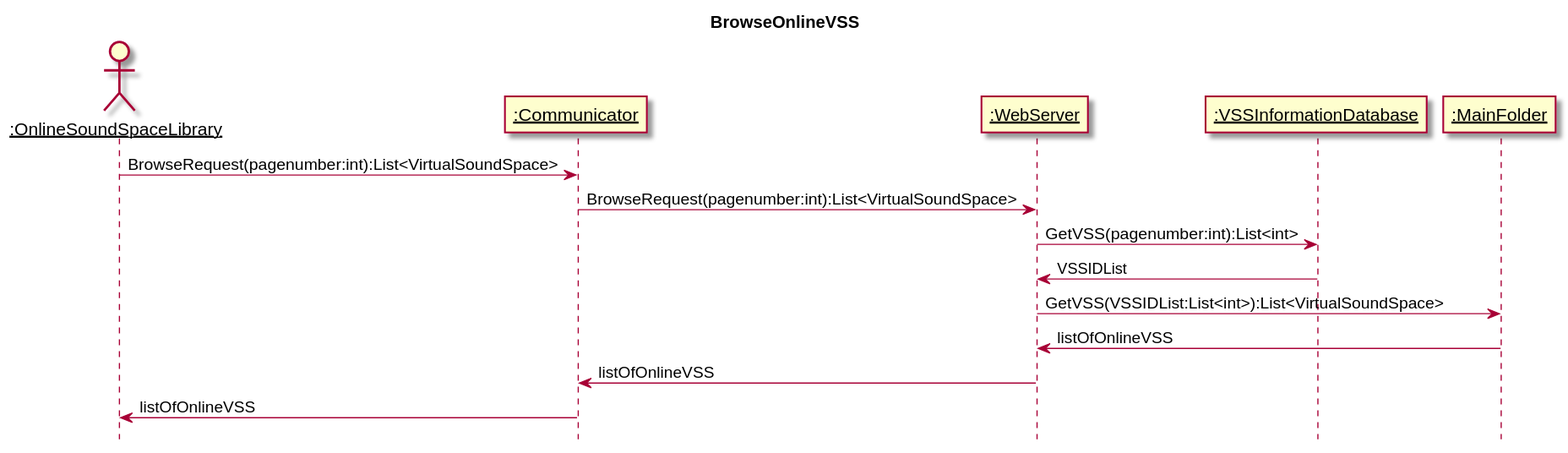
kpp19920121/doc keeps this PlantUML diagram as 设计/Diagrams/BrowseOnlineVSSLibraryServer.svg. Above is the earlier version. Source of this version:
```plantuml
@startuml Diagrams/BrowseOnlineVSSLibraryServer
title BrowseOnlineVSS
hide footbox
skinparam sequenceParticipant underline

actor ":OnlineSoundSpaceLibrary" as Client
participant ":Communicator" as Communicator
participant ":WebServer" as WebServer
participant ":VSSInformationDatabase" as VSSInformationDatabase
participant ":MainFolder" as Folder

Client->Communicator:BrowseRequest(pagenumber:int):List<VirtualSoundSpace>
Communicator->WebServer:BrowseRequest(pagenumber:int):List<VirtualSoundSpace>
WebServer->VSSInformationDatabase:GetVSS(pagenumber:int):List<int>
VSSInformationDatabase->WebServer:VSSIDList
WebServer->Folder:GetVSS(VSSIDList:List<int>):List<VirtualSoundSpace>
Folder->WebServer:listOfOnlineVSS
WebServer->Communicator:listOfOnlineVSS
Communicator->Client:listOfOnlineVSS
@enduml
```
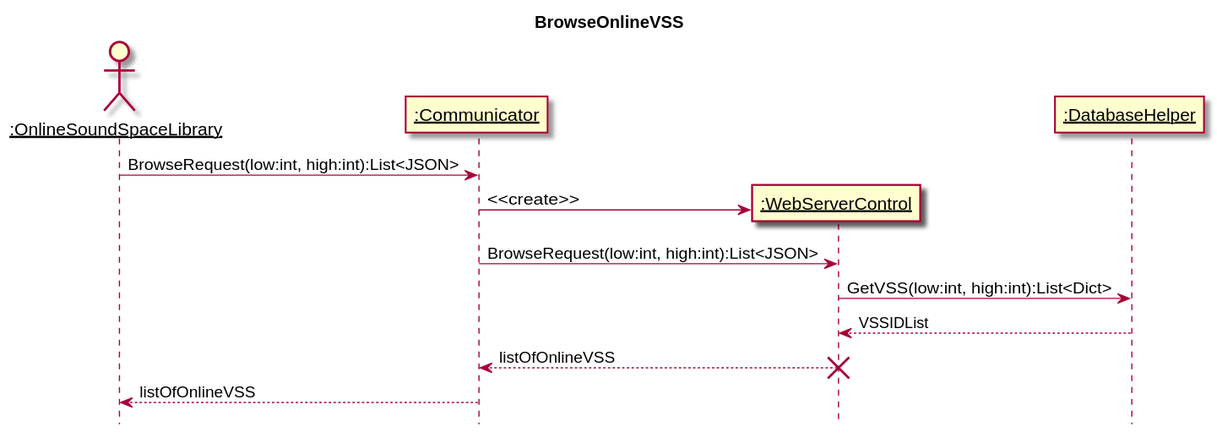
Later version of the same file.

What changed in the source:
```diff
@@ -5,16 +5,16 @@
 
 actor ":OnlineSoundSpaceLibrary" as Client
 participant ":Communicator" as Communicator
-participant ":WebServer" as WebServer
-participant ":VSSInformationDatabase" as VSSInformationDatabase
-participant ":MainFolder" as Folder
+participant ":WebServerControl" as WebServer
+participant ":DatabaseHelper" as VSSInformationDatabase
 
-Client->Communicator:BrowseRequest(pagenumber:int):List<VirtualSoundSpace>
-Communicator->WebServer:BrowseRequest(pagenumber:int):List<VirtualSoundSpace>
-WebServer->VSSInformationDatabase:GetVSS(pagenumber:int):List<int>
-VSSInformationDatabase->WebServer:VSSIDList
-WebServer->Folder:GetVSS(VSSIDList:List<int>):List<VirtualSoundSpace>
-Folder->WebServer:listOfOnlineVSS
-WebServer->Communicator:listOfOnlineVSS
-Communicator->Client:listOfOnlineVSS
+Client->Communicator:BrowseRequest(low:int, high:int):List<JSON>
+create WebServer
+Communicator->WebServer:<<create>>
+Communicator->WebServer:BrowseRequest(low:int, high:int):List<JSON>
+WebServer->VSSInformationDatabase:GetVSS(low:int, high:int):List<Dict>
+VSSInformationDatabase-->WebServer:VSSIDList
+WebServer-->Communicator:listOfOnlineVSS
+destroy WebServer
+Communicator-->Client:listOfOnlineVSS
 @enduml
```
